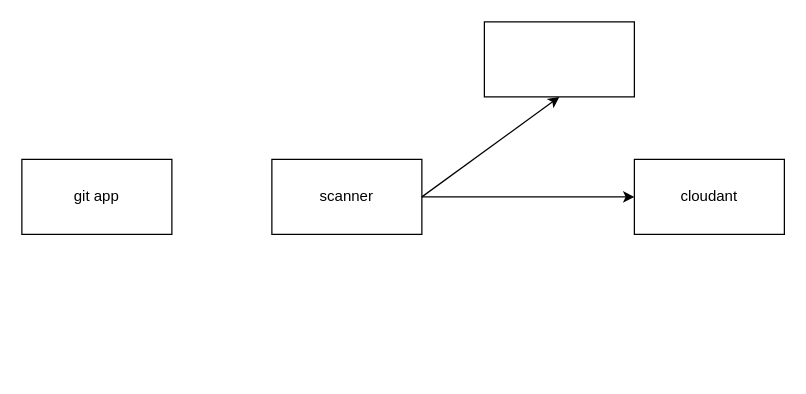
Before: Untitled Diagram.drawio in pandu-test-org/pandu-test-repo, a draw.io diagram. Source tidied: cells renumbered, new cells numbered last; positions are measured from the earlier drawing's top-left corner, leaving out a move shared by most shapes. Both pictures are drawn from the tidied source at 125%, with x=0, y=0 at pixel (21, 21).
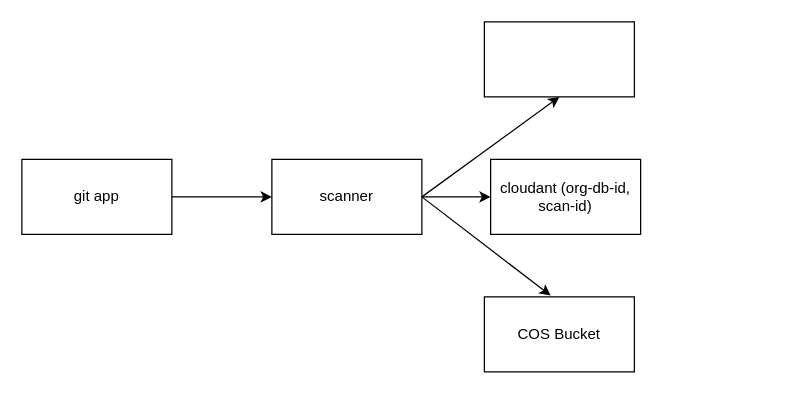
After the change.

The edit, as a diff of the source:
```diff
@@
 <mxGraphModel>
   <root>
     <mxCell id="0" />
     <mxCell id="1" parent="0" />
     <mxCell id="2" value="git app" style="whiteSpace=wrap;html=1;" parent="1" vertex="1">
       <mxGeometry y="110" width="120" height="60" as="geometry" />
     </mxCell>
     <mxCell id="3" value="scanner" style="whiteSpace=wrap;html=1;" parent="1" vertex="1">
       <mxGeometry x="200" y="110" width="120" height="60" as="geometry" />
     </mxCell>
     <mxCell id="4" style="whiteSpace=wrap;html=1;" parent="1" vertex="1">
       <mxGeometry x="370" width="120" height="60" as="geometry" />
     </mxCell>
     <mxCell id="5" style="edgeStyle=orthogonalEdgeStyle;rounded=0;orthogonalLoop=1;jettySize=auto;html=1;exitX=0.5;exitY=1;exitDx=0;exitDy=0;" parent="1" edge="1" source="3" target="3">
       <mxGeometry relative="1" as="geometry" />
     </mxCell>
-    <mxCell id="6" value="cloudant" style="whiteSpace=wrap;html=1;" parent="1" vertex="1">
-      <mxGeometry x="490" y="110" width="120" height="60" as="geometry" />
+    <mxCell id="6" value="cloudant (org-db-id, scan-id)" style="whiteSpace=wrap;html=1;" parent="1" vertex="1">
+      <mxGeometry x="375" y="110" width="120" height="60" as="geometry" />
     </mxCell>
     <mxCell id="7" style="endArrow=classic;html=1;rounded=0;exitX=1;exitY=0.5;exitDx=0;exitDy=0;entryX=0;entryY=0.5;entryDx=0;entryDy=0;" parent="1" edge="1" source="3" target="6">
       <mxGeometry relative="1" as="geometry" />
     </mxCell>
     <mxCell id="8" style="endArrow=classic;html=1;rounded=0;entryX=0.5;entryY=1;entryDx=0;entryDy=0;" parent="1" edge="1" target="4">
       <mxGeometry relative="1" as="geometry">
         <mxPoint x="320" y="140" as="sourcePoint" />
       </mxGeometry>
     </mxCell>
+    <mxCell id="9" value="COS Bucket" style="whiteSpace=wrap;html=1;" parent="1" vertex="1">
+      <mxGeometry x="370" y="220" width="120" height="60" as="geometry" />
+    </mxCell>
+    <mxCell id="10" style="endArrow=classic;html=1;rounded=0;entryX=0.442;entryY=-0.017;entryDx=0;entryDy=0;exitX=1;exitY=0.5;exitDx=0;exitDy=0;entryPerimeter=0;" parent="1" edge="1" source="3" target="9">
+      <mxGeometry relative="1" as="geometry" />
+    </mxCell>
+    <mxCell id="11" style="endArrow=classic;html=1;rounded=0;entryX=0;entryY=0.5;entryDx=0;entryDy=0;exitX=1;exitY=0.5;exitDx=0;exitDy=0;" parent="1" edge="1" source="2" target="3">
+      <mxGeometry relative="1" as="geometry" />
+    </mxCell>
   </root>
 </mxGraphModel>
```
